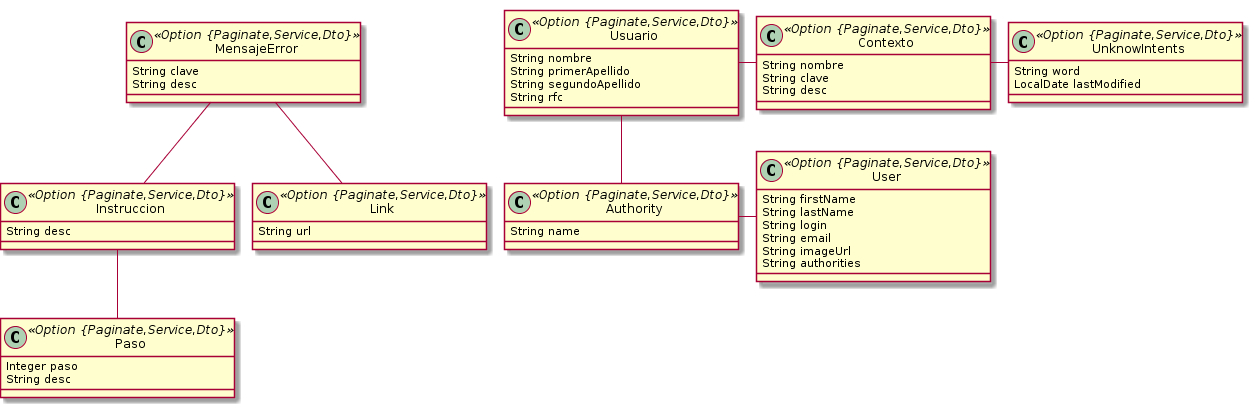
The PlantUML diagram entities.png in salsa-community/kbase, before a commit.
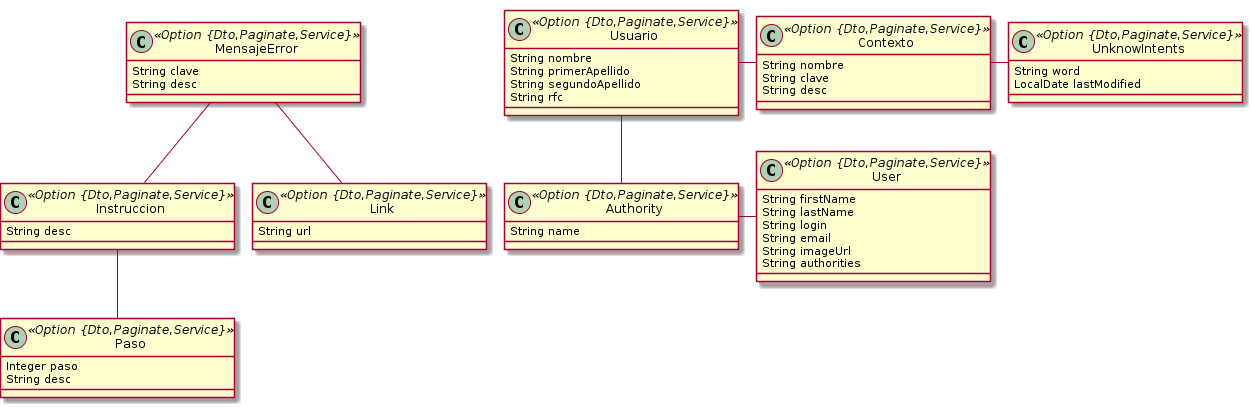
Later version of the same file.

Diff of the diagram source:
```diff
@@ -1,42 +1,42 @@
 @startuml
 	!pragma graphviz_dot jdot
 	!pragma syntax class
-	class MensajeError <<Option {Paginate,Service,Dto}>> {
+	class MensajeError <<Option {Dto,Paginate,Service}>> {
 		String clave
 		String desc
 	}
-	class Instruccion <<Option {Paginate,Service,Dto}>> {
+	class Instruccion <<Option {Dto,Paginate,Service}>> {
 		String desc
 	}
-	class Link <<Option {Paginate,Service,Dto}>> {
+	class Link <<Option {Dto,Paginate,Service}>> {
 		String url
 	}
-	class Paso <<Option {Paginate,Service,Dto}>> {
+	class Paso <<Option {Dto,Paginate,Service}>> {
 		Integer paso
 		String desc
 	}
-	class Usuario <<Option {Paginate,Service,Dto}>> {
+	class Usuario <<Option {Dto,Paginate,Service}>> {
 		String nombre
 		String primerApellido
 		String segundoApellido
 		String rfc
 	}
-	class Contexto <<Option {Paginate,Service,Dto}>> {
+	class Contexto <<Option {Dto,Paginate,Service}>> {
 		String nombre
 		String clave
 		String desc
 	}
-	class UnknowIntents <<Option {Paginate,Service,Dto}>> {
+	class UnknowIntents <<Option {Dto,Paginate,Service}>> {
 		String word
 		LocalDate lastModified
 	}
 	MensajeError  "instruccion 0..1 " -- "0..1 "  Instruccion
 	MensajeError  "links 0..1 " --o "0..* "  Link
 	Instruccion  "pasos 0..1 " --o "0..* "  Paso
-	class Authority <<Option {Paginate,Service,Dto}>> {
+	class Authority <<Option {Dto,Paginate,Service}>> {
 		String name
 	}
-	class User <<Option {Paginate,Service,Dto}>> {
+	class User <<Option {Dto,Paginate,Service}>> {
 		String firstName
 		String lastName
 		String login
```
